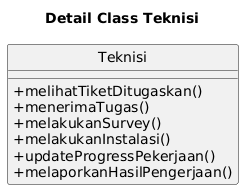
Above: docs/plantuml/detail-classes/detail-class-teknisi.png in janbu12/nemafi-be (PlantUML), before the change.
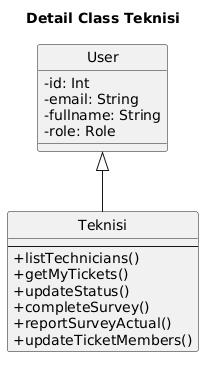
The same diagram one commit later.

Diff of the diagram source:
```diff
@@ -2,14 +2,26 @@
 title Detail Class Teknisi
 
 skinparam classAttributeIconSize 0
+skinparam shadowing false
+skinparam defaultFontName "Times New Roman"
 hide circle
 
+class User {
+  - id: Int
+  - email: String
+  - fullname: String
+  - role: Role
+}
+
 class Teknisi {
-  + melihatTiketDitugaskan()
-  + menerimaTugas()
-  + melakukanSurvey()
-  + melakukanInstalasi()
-  + updateProgressPekerjaan()
-  + melaporkanHasilPengerjaan()
+  --
+  + listTechnicians()
+  + getMyTickets()
+  + updateStatus()
+  + completeSurvey()
+  + reportSurveyActual()
+  + updateTicketMembers()
 }
+
+User <|-- Teknisi
 @enduml
```
